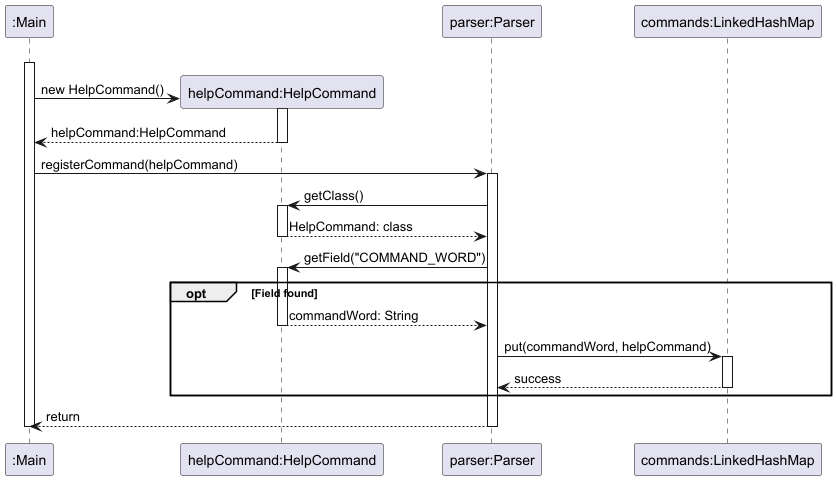
Before: docs/diagrams/parser/register-command-sequence.png, a diagram exported from PlantUML (nus-cs2113-AY2425S1/tp).
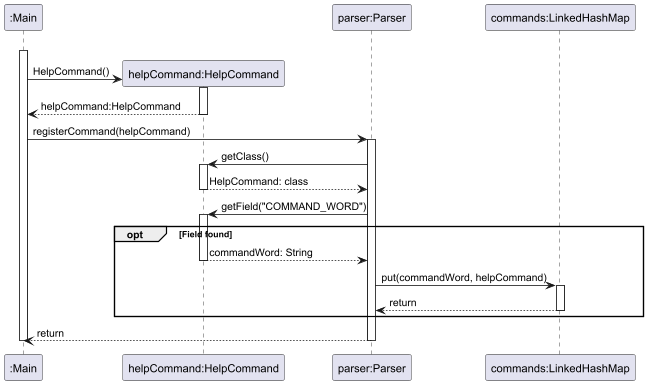
Above is the later version.

The edit, as a diff of the source:
```diff
@@ -4,7 +4,7 @@
 
 activate Main
 create "helpCommand:HelpCommand" as HelpCommand
-Main -> HelpCommand: new HelpCommand()
+Main -> HelpCommand: HelpCommand()
 
 activate HelpCommand
 
@@ -29,7 +29,7 @@
     Parser -> CommandMap: put(commandWord, helpCommand)
     activate CommandMap
 
-    CommandMap --> Parser: success
+    CommandMap --> Parser: return
 
     deactivate CommandMap
 end
```
